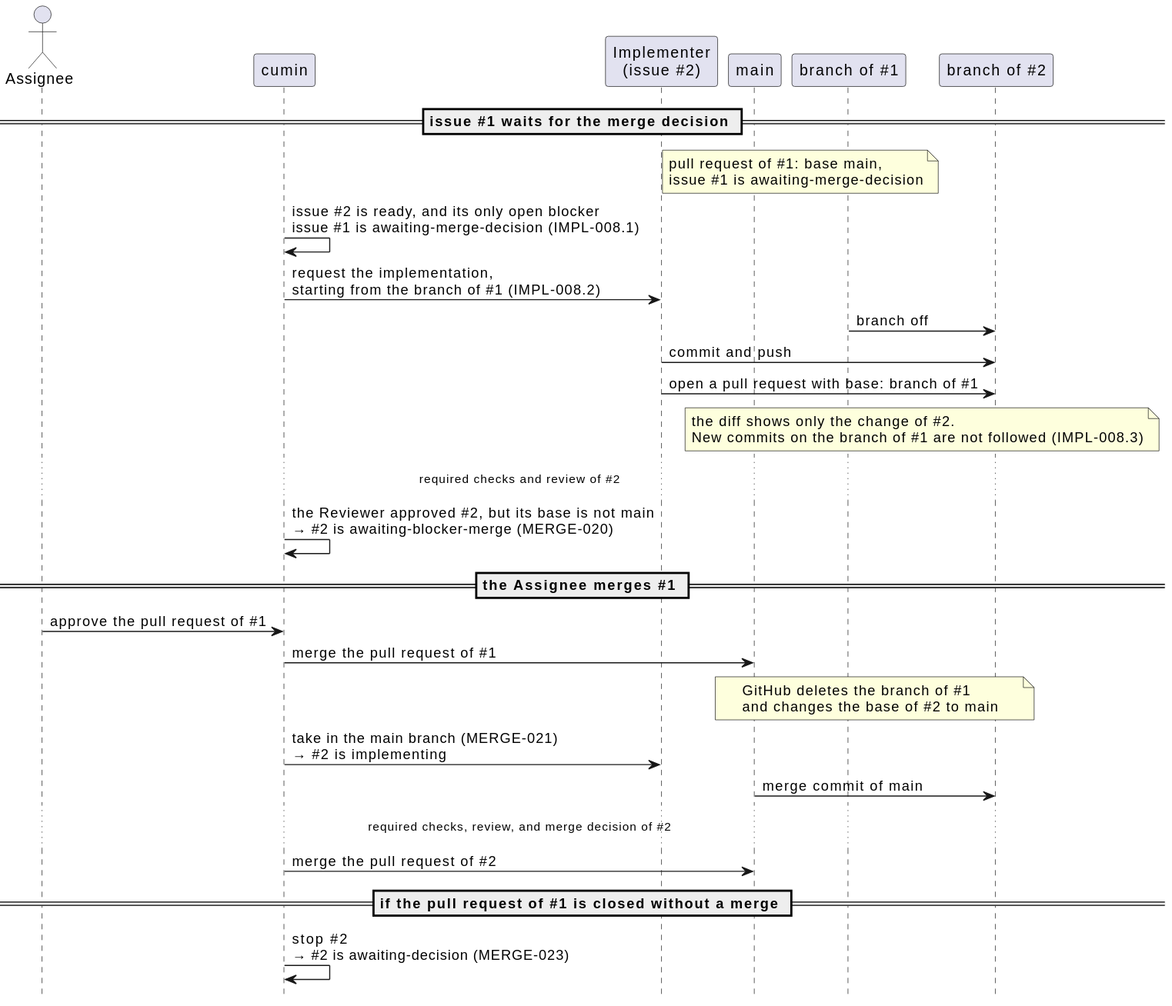
Earlier version of the PlantUML export docs/ja/requirements/impl/start-from-awaiting-merge-decision.svg (cloveclovedev/cumin-works). Its diagram source:
```plantuml
@startuml

hide footbox

actor "Assignee" as Assignee
participant "cumin" as Cumin
participant "Implementer\n(issue #2)" as Impl
participant "main" as Main
participant "branch of #1" as B1
participant "branch of #2" as B2

== issue #1 waits for the merge decision ==

note over Main, B1 : pull request of #1: base main,\nissue #1 is awaiting-merge-decision
Cumin -> Cumin : issue #2 is ready, and its only open blocker\nissue #1 is awaiting-merge-decision (IMPL-008.1)
Cumin -> Impl : request the implementation,\nstarting from the branch of #1 (IMPL-008.2)
B1 -> B2 : branch off
Impl -> B2 : commit and push
Impl -> B2 : open a pull request with base: branch of #1
note over B1, B2 : the diff shows only the change of #2.\nNew commits on the branch of #1 are not followed (IMPL-008.3)

... required checks and review of #2 ...

Cumin -> Cumin : the Reviewer approved #2, but its base is not main\n→ #2 is awaiting-blocker-merge (MERGE-020)

== the Assignee merges #1 ==

Assignee -> Cumin : approve the pull request of #1
Cumin -> Main : merge the pull request of #1
note over Main, B2 : GitHub deletes the branch of #1\nand changes the base of #2 to main
Cumin -> Impl : take in the main branch (MERGE-021)\n→ #2 is implementing
Main -> B2 : merge commit of main

... required checks, review, and merge decision of #2 ...

Cumin -> Main : merge the pull request of #2

== if the pull request of #1 is closed without a merge ==

Cumin -> Cumin : stop #2\n→ #2 is awaiting-decision (MERGE-023)
@enduml
```
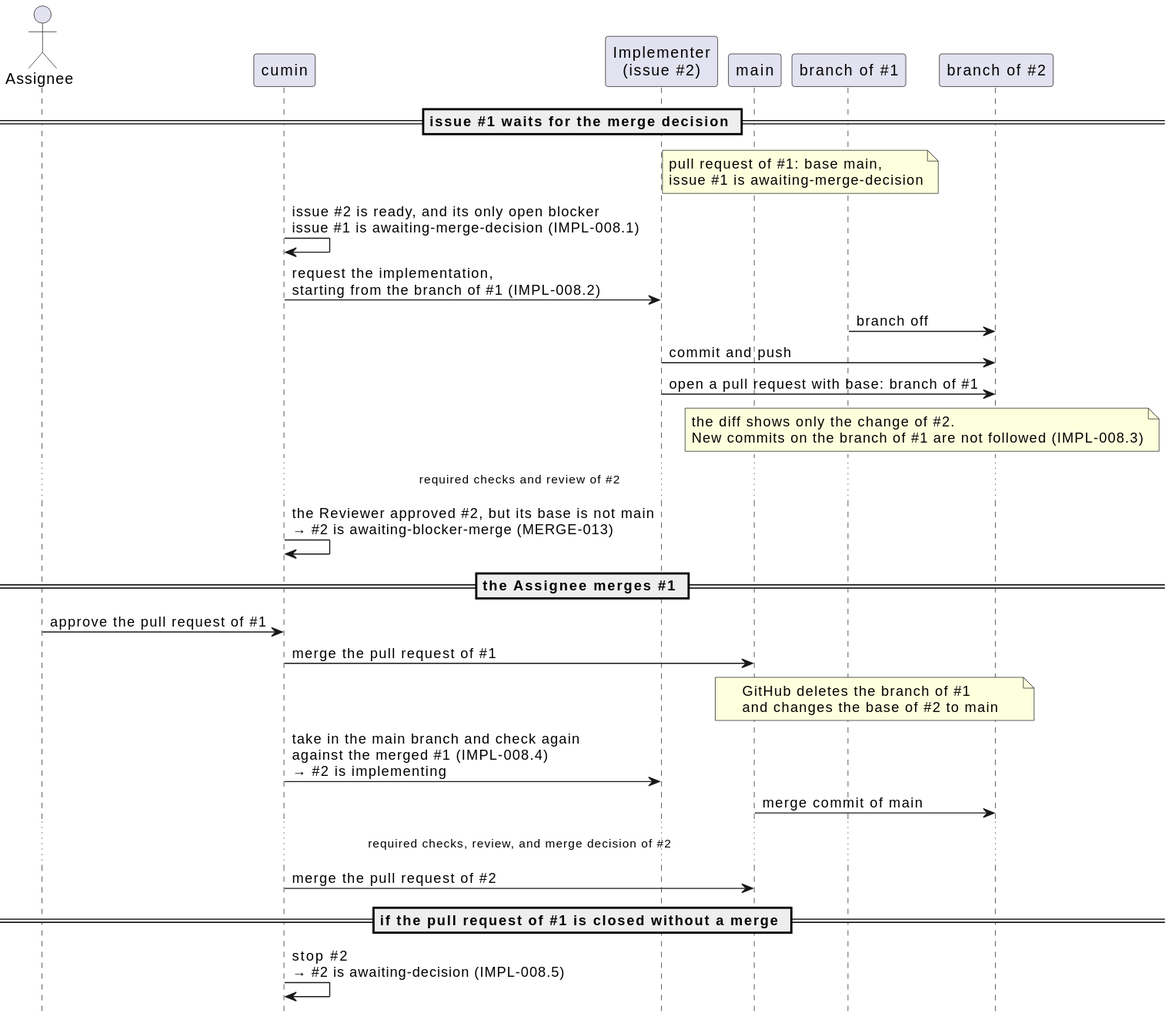
The same file after the commit.

Commit message:
docs(requirements): move taking in the main branch and its stop rules from MERGE to IMPL

Change to the diagram source:
```diff
@@ -21,14 +21,14 @@
 
 ... required checks and review of #2 ...
 
-Cumin -> Cumin : the Reviewer approved #2, but its base is not main\n→ #2 is awaiting-blocker-merge (MERGE-020)
+Cumin -> Cumin : the Reviewer approved #2, but its base is not main\n→ #2 is awaiting-blocker-merge (MERGE-013)
 
 == the Assignee merges #1 ==
 
 Assignee -> Cumin : approve the pull request of #1
 Cumin -> Main : merge the pull request of #1
 note over Main, B2 : GitHub deletes the branch of #1\nand changes the base of #2 to main
-Cumin -> Impl : take in the main branch (MERGE-021)\n→ #2 is implementing
+Cumin -> Impl : take in the main branch and check again\nagainst the merged #1 (IMPL-008.4)\n→ #2 is implementing
 Main -> B2 : merge commit of main
 
 ... required checks, review, and merge decision of #2 ...
@@ -37,5 +37,5 @@
 
 == if the pull request of #1 is closed without a merge ==
 
-Cumin -> Cumin : stop #2\n→ #2 is awaiting-decision (MERGE-023)
+Cumin -> Cumin : stop #2\n→ #2 is awaiting-decision (IMPL-008.5)
 @enduml
```
